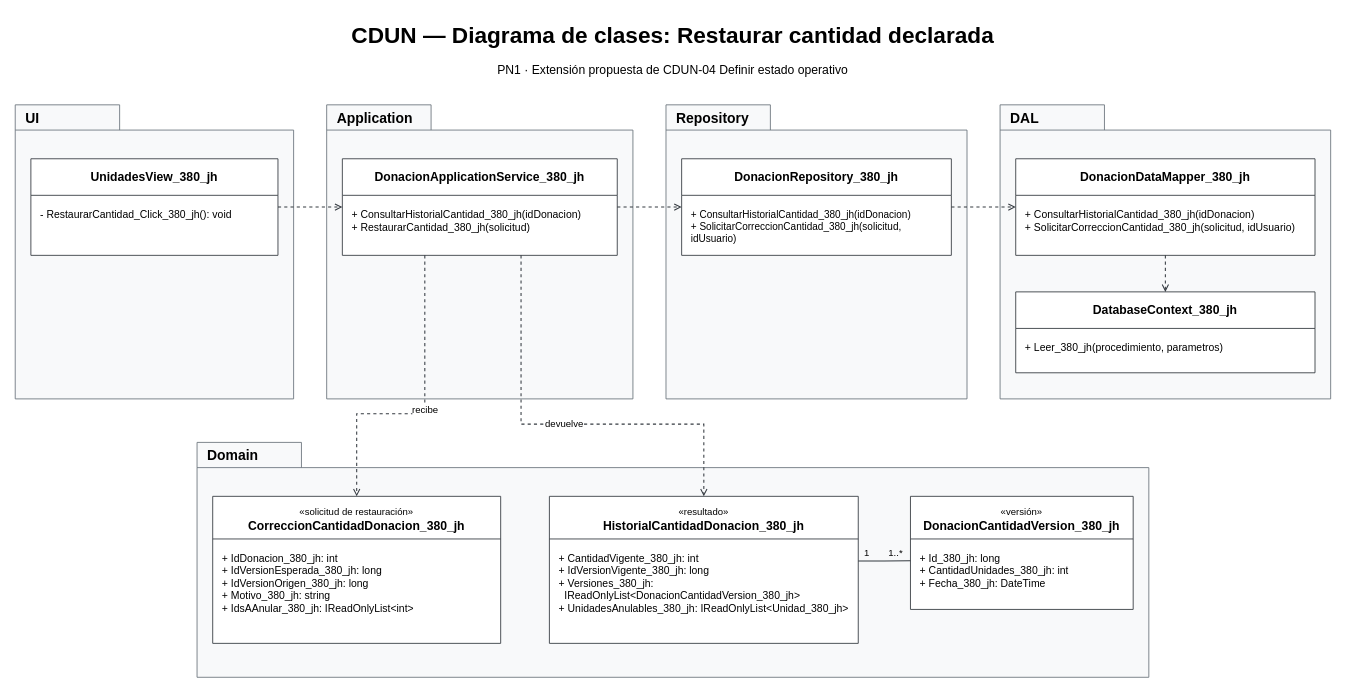
Above: Diagramas/Bitacora de cantidad de donacion/T06b - Correccion de cantidad de donacion - Clases.drawio in juanNH/Ingenieria-de-Software (draw.io), before the change. Source tidied: cells renumbered, new cells numbered last; positions are measured from the earlier drawing's top-left corner, leaving out a move shared by most shapes. Both pictures are drawn from the tidied source at 87%, with x=0, y=0 at pixel (15, 15).
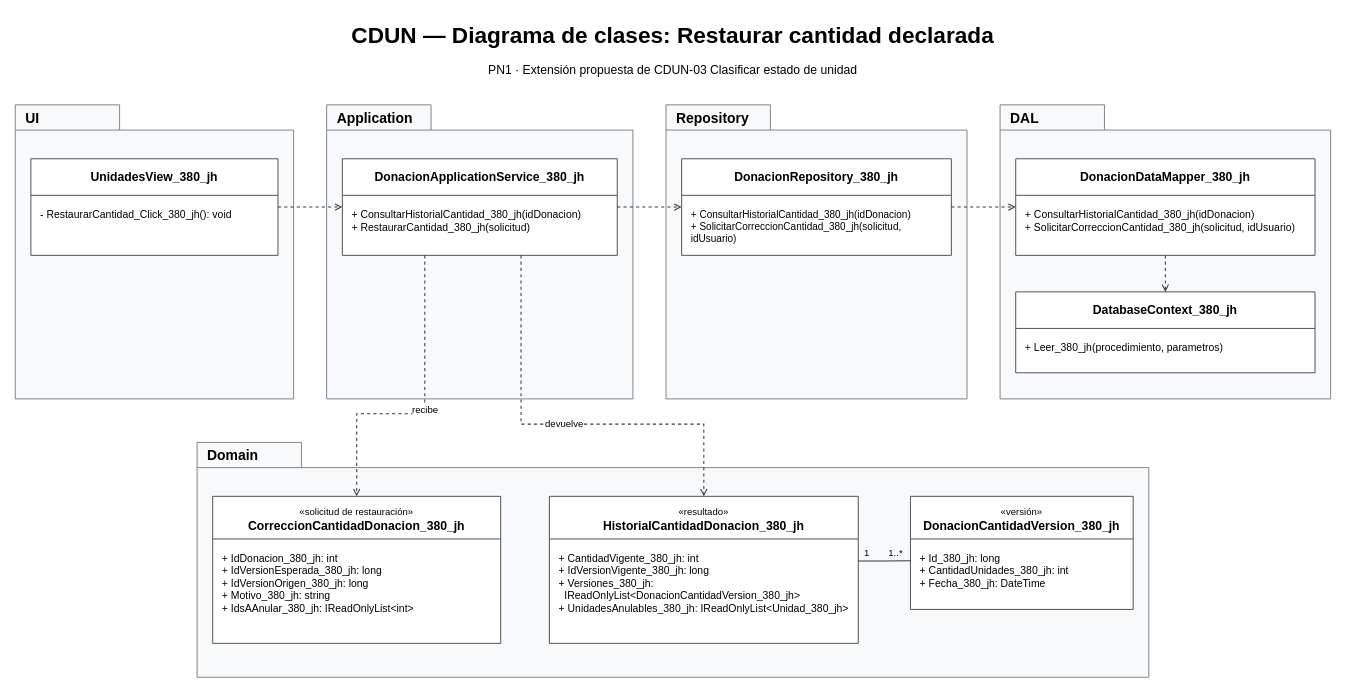
After the change.

The edit, as a diff of the source:
```diff
@@
-    <mxCell id="3" value="PN1 · Extensión propuesta de CDUN-04 Definir estado operativo" style="text;html=1;whiteSpace=wrap;strokeColor=none;fillColor=none;verticalAlign=middle;fontFamily=Arial;align=center;fontSize=14;" parent="1" vertex="1">
+    <mxCell id="3" value="PN1 · Extensión propuesta de CDUN-03 Clasificar estado de unidad" style="text;html=1;whiteSpace=wrap;strokeColor=none;fillColor=none;verticalAlign=middle;fontFamily=Arial;align=center;fontSize=14;" parent="1" vertex="1">
       <mxGeometry y="48" width="1512" height="29" as="geometry" />
     </mxCell>
```
